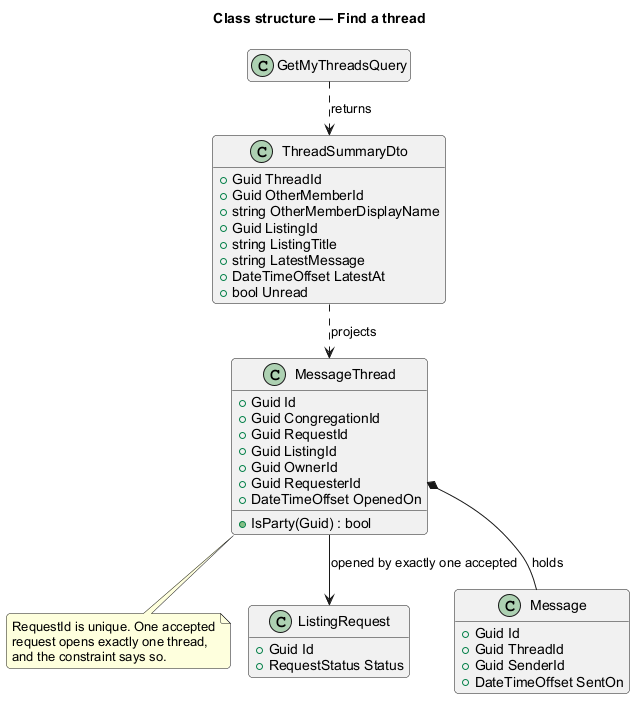
Before: docs/detailed-designs/messaging/find-a-thread/diagrams/class-structure.png, a diagram exported from PlantUML (QuinntyneBrown/Barnabas).
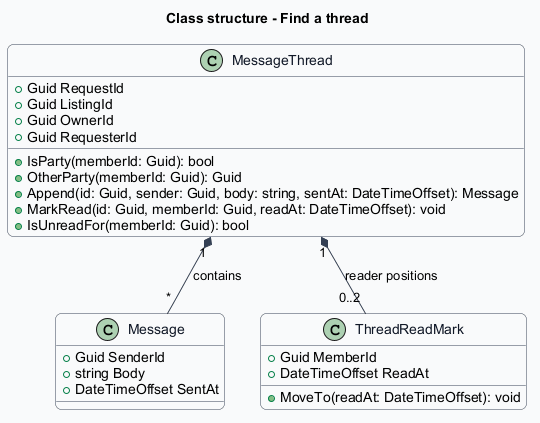
Above is the later version.

Change to the diagram source:
```diff
@@ -1,52 +1,45 @@
 @startuml
-!pragma layout smetana
-title Class structure — Find a thread
 skinparam backgroundColor #FFFFFF
 skinparam shadowing false
-skinparam roundcorner 8
+skinparam roundcorner 12
 skinparam defaultFontName Arial
-hide empty members
-
+skinparam ArrowColor #344054
+skinparam rectangle {
+  BorderColor #344054
+  FontColor #101828
+}
+skinparam package {
+  BorderColor #667085
+  FontColor #101828
+  BackgroundColor #F9FAFB
+}
+skinparam class {
+  BorderColor #344054
+  FontColor #101828
+  BackgroundColor #F9FAFB
+}
+title Class structure - Find a thread
 class MessageThread {
-  +Guid Id
-  +Guid CongregationId
   +Guid RequestId
   +Guid ListingId
   +Guid OwnerId
   +Guid RequesterId
-  +DateTimeOffset OpenedOn
-  +IsParty(Guid) : bool
-}
-note bottom of MessageThread
-  RequestId is unique. One accepted
-  request opens exactly one thread,
-  and the constraint says so.
-end note
-class GetMyThreadsQuery {
-}
-class ThreadSummaryDto {
-  +Guid ThreadId
-  +Guid OtherMemberId
-  +string OtherMemberDisplayName
-  +Guid ListingId
-  +string ListingTitle
-  +string LatestMessage
-  +DateTimeOffset LatestAt
-  +bool Unread
-}
-class ListingRequest {
-  +Guid Id
-  +RequestStatus Status
+  +IsParty(memberId: Guid): bool
+  +OtherParty(memberId: Guid): Guid
+  +Append(id: Guid, sender: Guid, body: string, sentAt: DateTimeOffset): Message
+  +MarkRead(id: Guid, memberId: Guid, readAt: DateTimeOffset): void
+  +IsUnreadFor(memberId: Guid): bool
 }
 class Message {
-  +Guid Id
-  +Guid ThreadId
   +Guid SenderId
-  +DateTimeOffset SentOn
+  +string Body
+  +DateTimeOffset SentAt
 }
-
-MessageThread --> ListingRequest : opened by exactly one accepted
-MessageThread *-- Message : holds
-GetMyThreadsQuery ..> ThreadSummaryDto : returns
-ThreadSummaryDto ..> MessageThread : projects
+class ThreadReadMark {
+  +Guid MemberId
+  +DateTimeOffset ReadAt
+  +MoveTo(readAt: DateTimeOffset): void
+}
+MessageThread "1" *-- "*" Message : contains
+MessageThread "1" *-- "0..2" ThreadReadMark : reader positions
 @enduml
```
